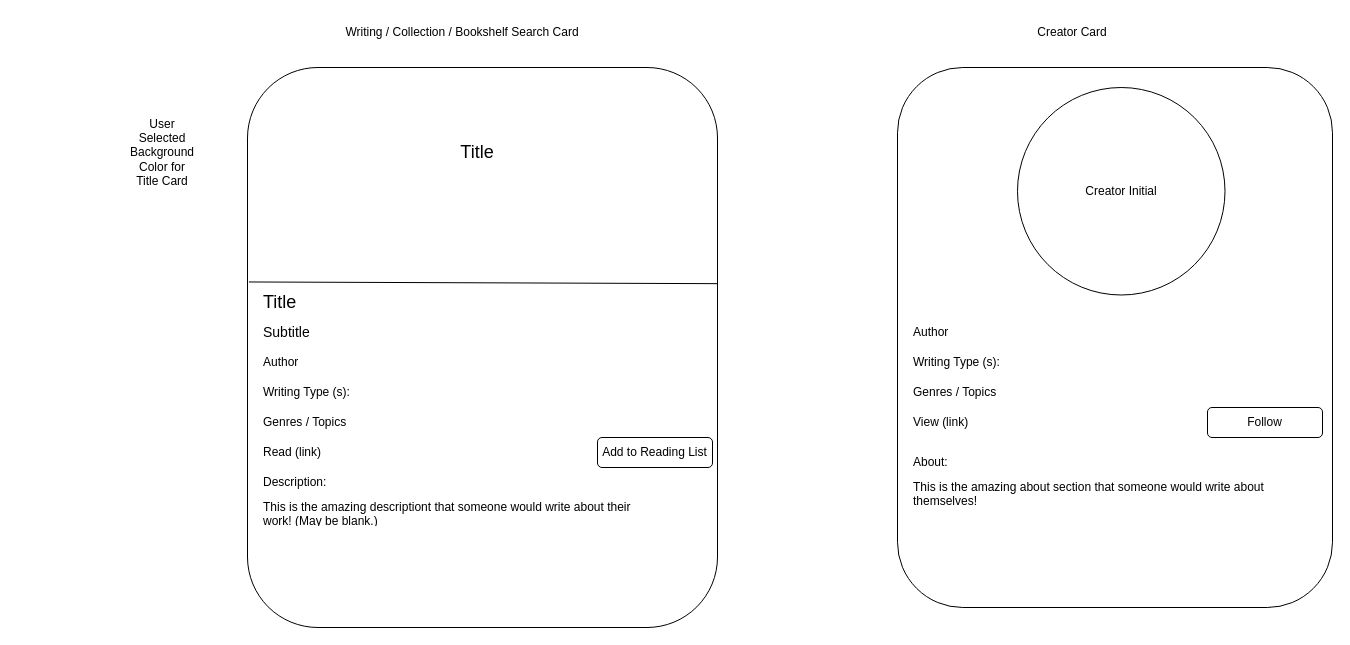
Matt-Eva/freecreate-go-server keeps this draw.io diagram as docs/mockups/search_browse_card_mockup.drawio. Above is the earlier version. Source tidied: cells renumbered, new cells numbered last; positions are measured from the earlier drawing's top-left corner, leaving out a move shared by most shapes. Both pictures are drawn from the tidied source at 100%, with x=0, y=0 at pixel (127, 17).
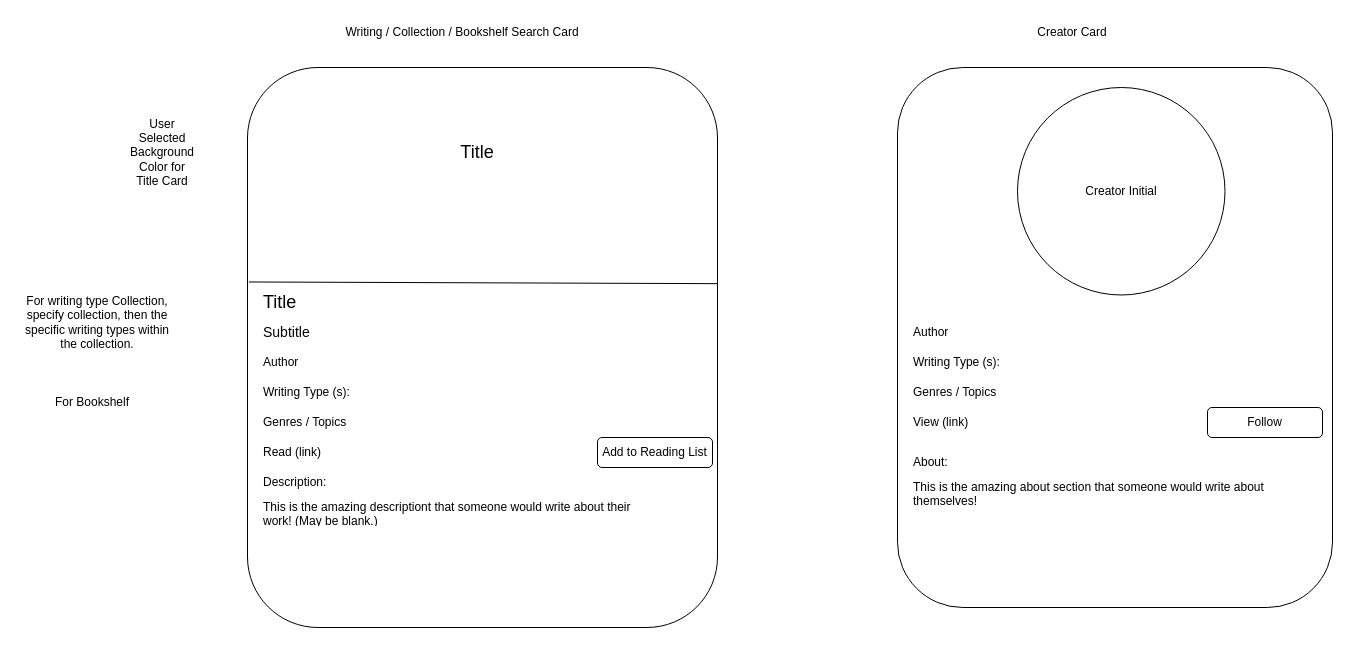
Above is the later version.

What changed in the source:
```diff
@@
+    <mxCell id="26" value="For writing type Collection, specify collection, then the specific writing types within the collection." style="text;html=1;align=center;verticalAlign=middle;whiteSpace=wrap;rounded=0;" parent="1" vertex="1">
+      <mxGeometry x="-110" y="290" width="160" height="30" as="geometry" />
+    </mxCell>
+    <mxCell id="27" value="For Bookshelf" style="text;html=1;align=center;verticalAlign=middle;whiteSpace=wrap;rounded=0;" parent="1" vertex="1">
+      <mxGeometry x="-110" y="370" width="150" height="30" as="geometry" />
+    </mxCell>
```
